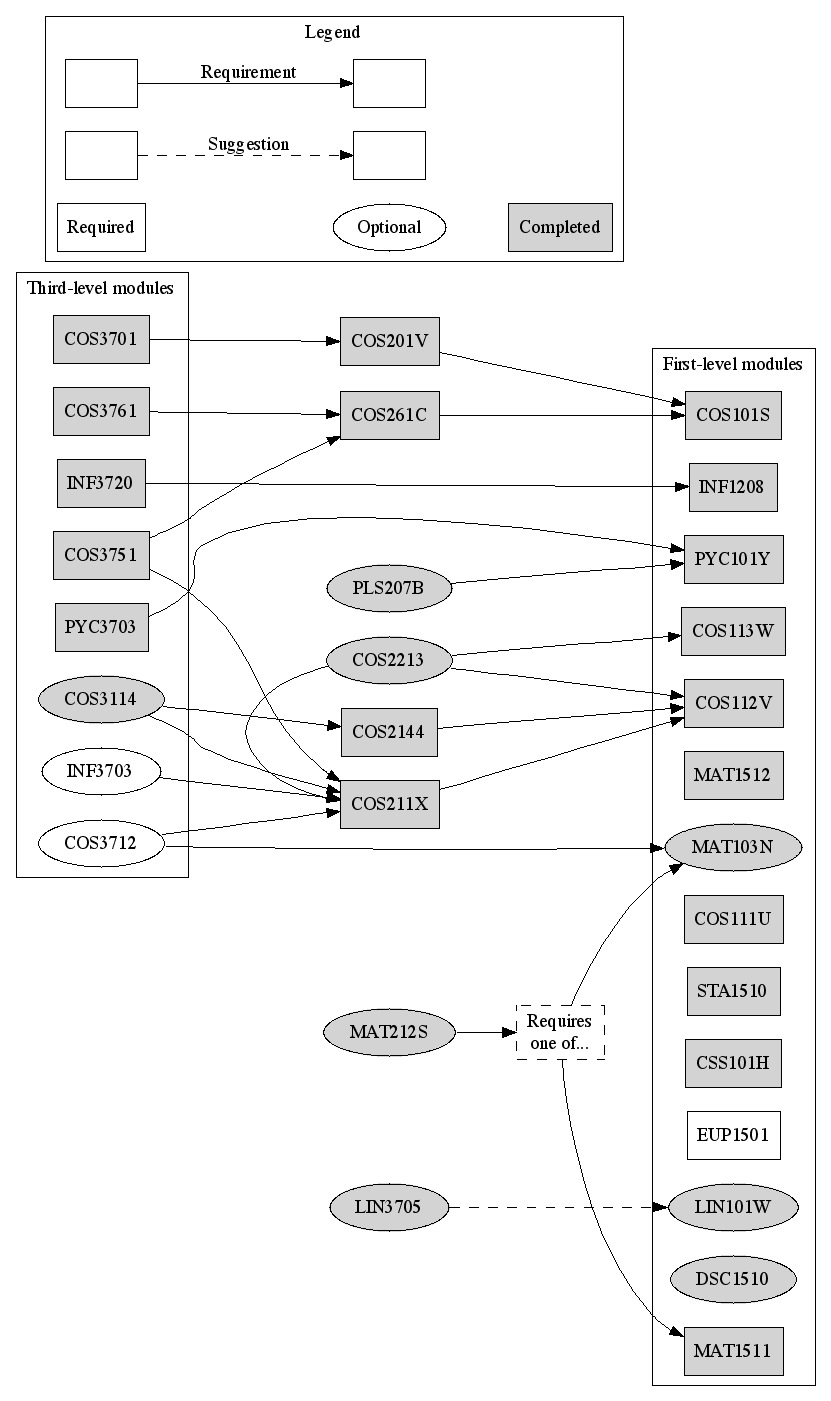
This is ComputationalIntelligence.png from apauley/unisa-module-graph, a Graphviz export, as it was before one commit. Its source is kept beside it as ComputationalIntelligence.dot.
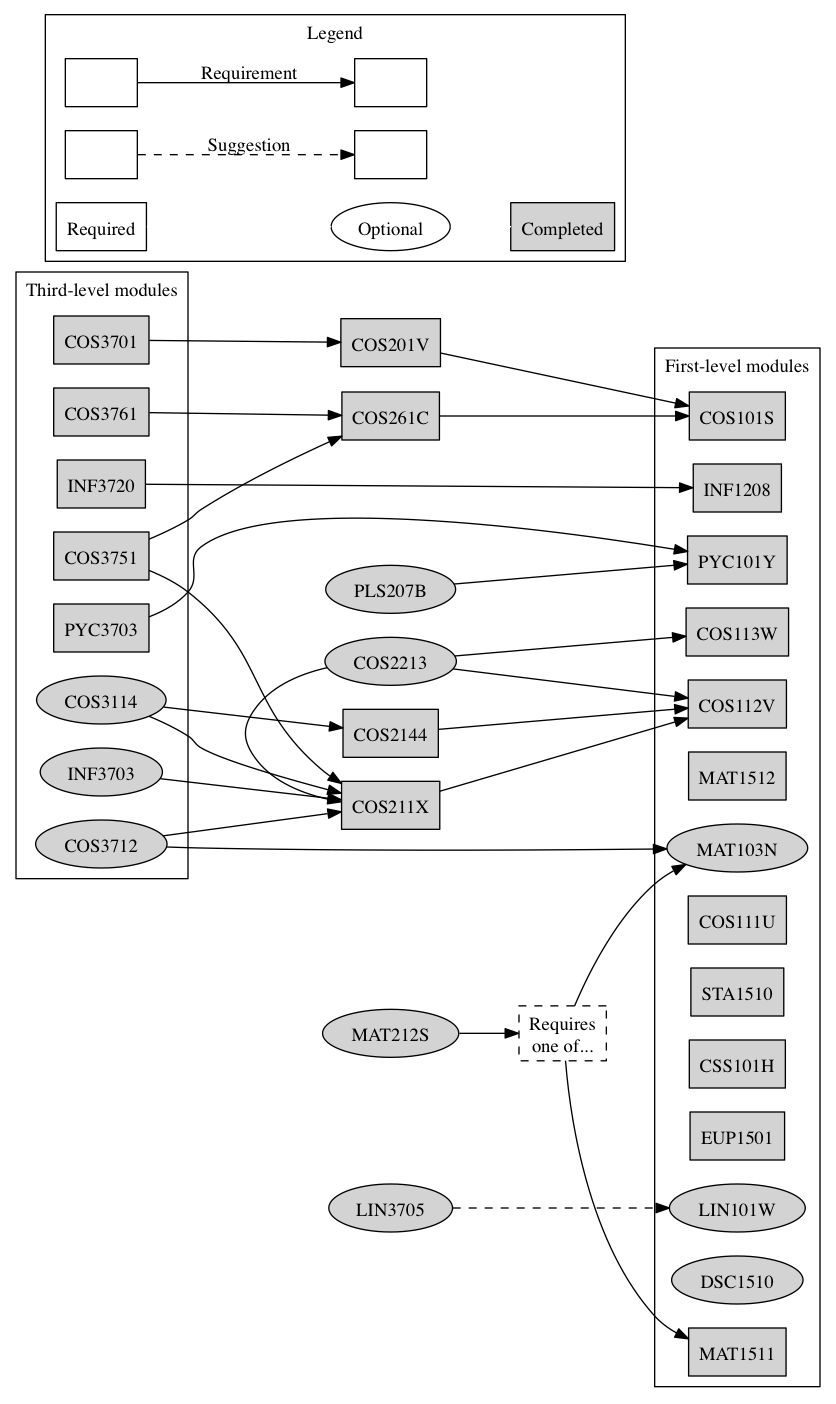
The same diagram one commit later.

Commit message:
All modules have been marked as done and dusted

Diff of the diagram source:
```diff
@@ -14,8 +14,8 @@
 
         {rank=same; node [shape=ellipse];
         COS3114 [style=filled]
-        COS3712
-        INF3703}
+        COS3712 [style=filled]
+        INF3703 [style=filled]}
     }
 
     {rank=same; node [style=filled];
@@ -33,7 +33,7 @@
         {node [style=filled];
               COS101S COS112V COS113W INF1208 MAT1511 MAT1512
               PYC101Y COS111U STA1510 CSS101H}
-        EUP1501}
+        EUP1501 [style=filled]}
 
         {rank=same; node [shape=ellipse];
             {node [style=filled];
```
